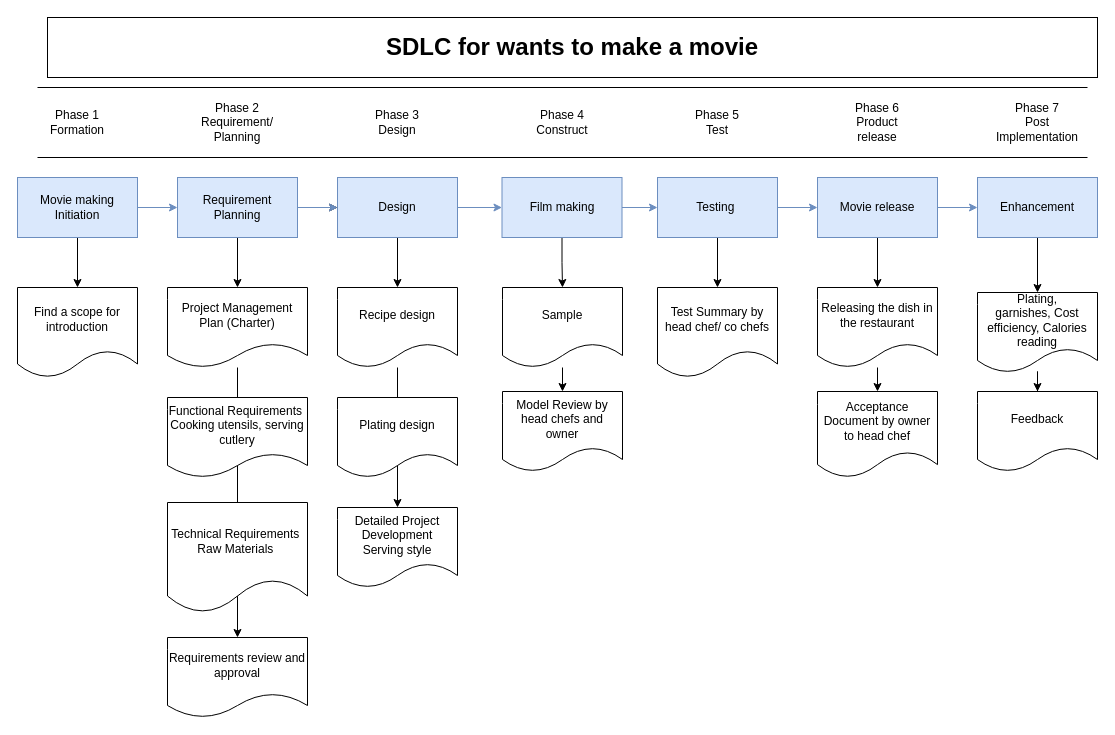
Above: new dish.drawio in Dikshit28/SEPM_Dikshit19csu379 (draw.io), before the change. Source tidied: cells renumbered, new cells numbered last; positions are measured from the earlier drawing's top-left corner, leaving out a move shared by most shapes. Both pictures are drawn from the tidied source at 100%, with x=0, y=0 at pixel (17, 17).
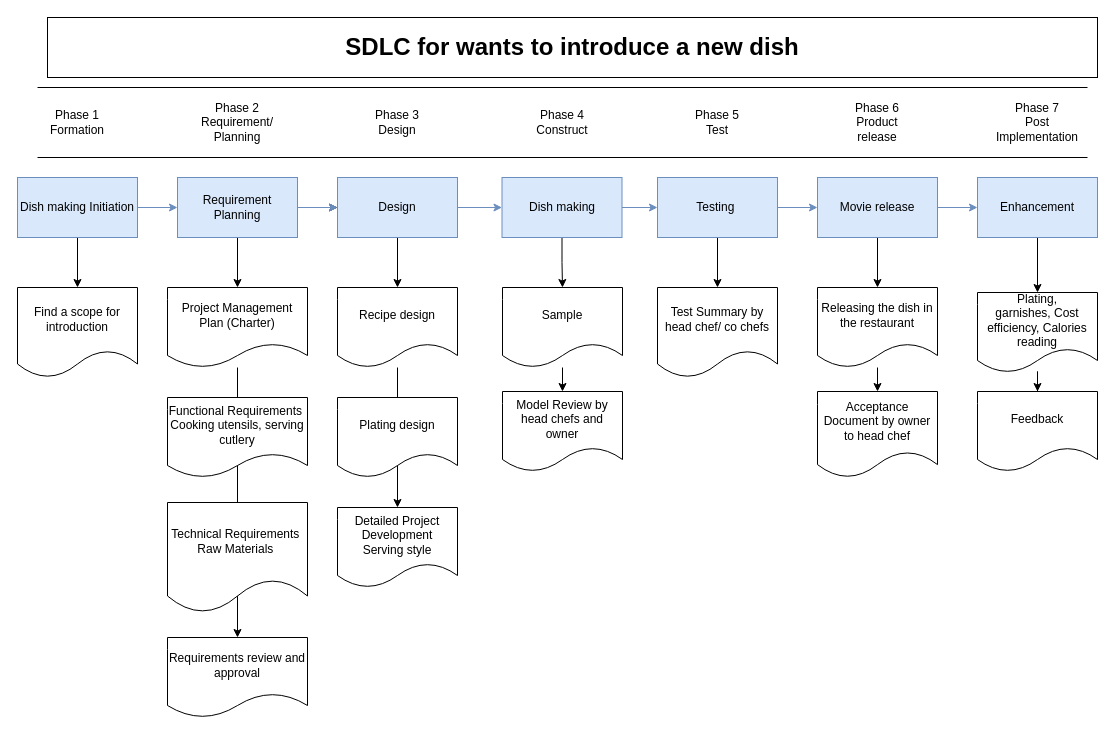
The same page after the edit.

Diff of the diagram source:
```diff
@@
-    <mxCell id="4" value="Movie making Initiation" style="rounded=0;whiteSpace=wrap;html=1;fillColor=#dae8fc;strokeColor=#6c8ebf;fontStyle=0;" parent="1" vertex="1">
+    <mxCell id="4" value="Dish making Initiation" style="rounded=0;whiteSpace=wrap;html=1;fillColor=#dae8fc;strokeColor=#6c8ebf;fontStyle=0;" parent="1" vertex="1">
       <mxGeometry y="160" width="120" height="60" as="geometry" />
     </mxCell>
@@
-    <mxCell id="20" value="Film making" style="rounded=0;whiteSpace=wrap;html=1;fillColor=#dae8fc;strokeColor=#6c8ebf;fontStyle=0;" parent="1" vertex="1">
+    <mxCell id="20" value="Dish making" style="rounded=0;whiteSpace=wrap;html=1;fillColor=#dae8fc;strokeColor=#6c8ebf;fontStyle=0;" parent="1" vertex="1">
       <mxGeometry x="484.5" y="160" width="120" height="60" as="geometry" />
     </mxCell>
@@
-    <mxCell id="52" value="&lt;font style=&quot;font-size: 24px&quot;&gt;&lt;b&gt;SDLC for wants to make a movie&lt;/b&gt;&lt;/font&gt;" style="whiteSpace=wrap;html=1;fontSize=18;" parent="1" vertex="1">
+    <mxCell id="52" value="&lt;font style=&quot;font-size: 24px&quot;&gt;&lt;b&gt;SDLC for wants to introduce a new dish&lt;/b&gt;&lt;/font&gt;" style="whiteSpace=wrap;html=1;fontSize=18;" parent="1" vertex="1">
       <mxGeometry x="30" width="1050" height="60" as="geometry" />
     </mxCell>
```
